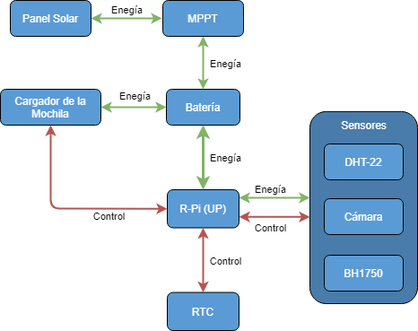
Earlier version of the draw.io export Informe/Ingenieria de Detalle/ImagenesIngenieria de Detalle/DiagramaHardware.png (tlondero/Dise-o). Source tidied: cells renumbered, new cells last; positions are measured from the earlier drawing's top-left corner, leaving out a move shared by most shapes.
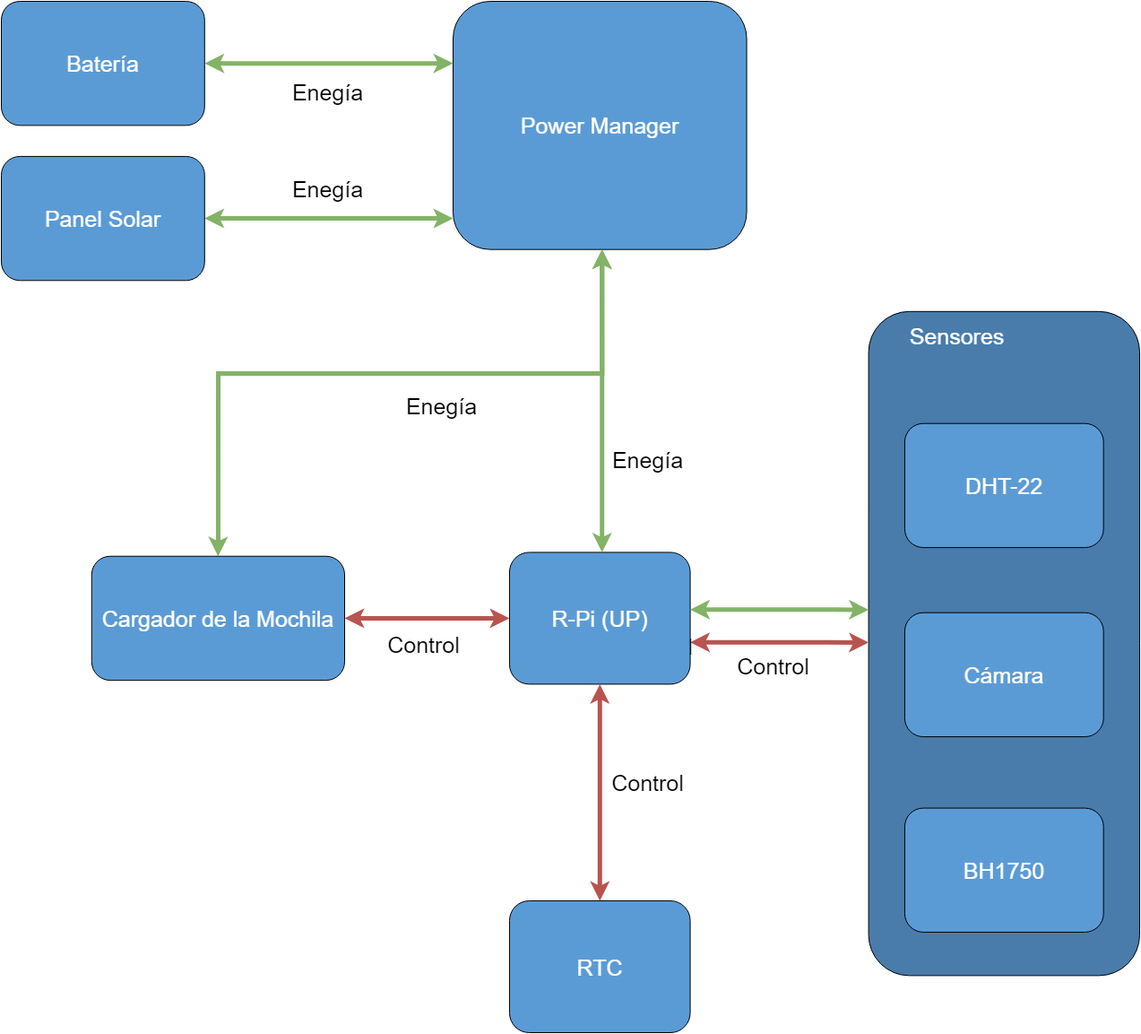
The same diagram one commit later.

The edit, as a diff of the source:
```diff
@@ -2,120 +2,128 @@
   <root>
     <mxCell id="0" />
     <mxCell id="1" parent="0" />
+    <mxCell id="29" style="group;fontSize=25;strokeWidth=3;" parent="1" vertex="1">
+      <mxGeometry x="-490" y="-370" width="1270" height="1150" as="geometry" />
+    </mxCell>
-    <mxCell id="2" style="rounded=1;whiteSpace=wrap;html=1;fillColor=#497CAB;" parent="1" vertex="1">
-      <mxGeometry x="345" y="123.9" width="120" height="214.1" as="geometry" />
+    <mxCell id="2" style="rounded=1;whiteSpace=wrap;html=1;fillColor=#497CAB;fontSize=25;" parent="29" vertex="1">
+      <mxGeometry x="967.6" y="345.9" width="302.4" height="740.5" as="geometry" />
     </mxCell>
-    <mxCell id="3" style="edgeStyle=orthogonalEdgeStyle;rounded=0;orthogonalLoop=1;jettySize=auto;html=1;entryX=0;entryY=0.74;entryDx=0;entryDy=0;entryPerimeter=0;startArrow=classic;startFill=1;strokeWidth=2;fillColor=#f8cecc;strokeColor=#b85450;" parent="1" edge="1">
+    <mxCell id="3" style="edgeStyle=orthogonalEdgeStyle;rounded=0;orthogonalLoop=1;jettySize=auto;html=1;entryX=0;entryY=0.74;entryDx=0;entryDy=0;entryPerimeter=0;startArrow=classic;startFill=1;strokeWidth=5;fillColor=#f8cecc;strokeColor=#b85450;fontSize=25;" parent="29" edge="1">
       <mxGeometry relative="1" as="geometry">
-        <mxPoint x="266" y="241.3" as="sourcePoint" />
-        <mxPoint x="345" y="241.3" as="targetPoint" />
+        <mxPoint x="768.6" y="714.7" as="sourcePoint" />
+        <mxPoint x="967.6" y="715" as="targetPoint" />
+        <Array as="points">
+          <mxPoint x="919.7" y="714.4" />
+          <mxPoint x="919.7" y="714.4" />
+        </Array>
       </mxGeometry>
     </mxCell>
-    <mxCell id="4" value="Control" style="edgeLabel;html=1;align=center;verticalAlign=middle;labelBackgroundColor=none;" parent="3" vertex="1">
+    <mxCell id="4" value="Control" style="edgeLabel;html=1;align=center;verticalAlign=middle;labelBackgroundColor=none;fontSize=25;" parent="3" vertex="1">
       <mxGeometry x="0.27" y="1" relative="1" as="geometry">
-        <mxPoint x="-16" y="13" as="offset" />
+        <mxPoint x="-35" y="26" as="offset" />
       </mxGeometry>
     </mxCell>
-    <mxCell id="5" value="Control" style="edgeLabel;html=1;align=center;verticalAlign=middle;labelBackgroundColor=none;" parent="3" vertex="1">
+    <mxCell id="5" value="Control" style="edgeLabel;html=1;align=center;verticalAlign=middle;labelBackgroundColor=none;fontSize=25;" parent="3" vertex="1">
       <mxGeometry x="0.27" y="1" relative="1" as="geometry">
-        <mxPoint x="-66" y="50" as="offset" />
+        <mxPoint x="-175" y="156" as="offset" />
       </mxGeometry>
     </mxCell>
-    <mxCell id="6" value="Control" style="edgeLabel;html=1;align=center;verticalAlign=middle;labelBackgroundColor=none;" parent="3" vertex="1">
+    <mxCell id="6" value="Control" style="edgeLabel;html=1;align=center;verticalAlign=middle;labelBackgroundColor=none;fontSize=25;" parent="3" vertex="1">
       <mxGeometry x="0.27" y="1" relative="1" as="geometry">
-        <mxPoint x="-196" as="offset" />
+        <mxPoint x="-165" y="4" as="offset" />
       </mxGeometry>
     </mxCell>
-    <mxCell id="7" value="&lt;font color=&quot;#FFFFFF&quot;&gt;R-Pi (UP)&lt;/font&gt;" style="rounded=1;whiteSpace=wrap;html=1;fillColor=#5B9BD5;" parent="1" vertex="1">
-      <mxGeometry x="186" y="211" width="80" height="42.5" as="geometry" />
+    <mxCell id="7" value="&lt;font color=&quot;#FFFFFF&quot; style=&quot;font-size: 25px;&quot;&gt;R-Pi (UP)&lt;/font&gt;" style="rounded=1;whiteSpace=wrap;html=1;fillColor=#5B9BD5;fontSize=25;" parent="29" vertex="1">
+      <mxGeometry x="567" y="614.4" width="201.6" height="147" as="geometry" />
     </mxCell>
-    <mxCell id="8" style="edgeStyle=orthogonalEdgeStyle;rounded=0;jettySize=auto;html=1;startArrow=classic;startFill=1;strokeWidth=3;fillColor=#d5e8d4;strokeColor=#82b366;" parent="1" edge="1" source="9" target="7">
-      <mxGeometry relative="1" as="geometry" />
+    <mxCell id="8" style="edgeStyle=orthogonalEdgeStyle;rounded=0;jettySize=auto;html=1;startArrow=classic;startFill=1;strokeWidth=5;fillColor=#d5e8d4;strokeColor=#82b366;fontSize=25;" parent="29" edge="1" source="9" target="7">
+      <mxGeometry relative="1" as="geometry">
+        <Array as="points">
+          <mxPoint x="670.3" y="415" />
+          <mxPoint x="670.3" y="415" />
+        </Array>
+      </mxGeometry>
     </mxCell>
-    <mxCell id="9" value="&lt;font color=&quot;#ffffff&quot;&gt;Batería&lt;/font&gt;" style="rounded=1;whiteSpace=wrap;html=1;fillColor=#5B9BD5;" parent="1" vertex="1">
-      <mxGeometry x="185" y="99" width="82" height="40" as="geometry" />
+    <mxCell id="9" value="&lt;font color=&quot;#ffffff&quot; style=&quot;font-size: 25px;&quot;&gt;Power Manager&lt;/font&gt;" style="rounded=1;whiteSpace=wrap;html=1;fillColor=#5B9BD5;fontSize=25;" parent="29" vertex="1">
+      <mxGeometry x="504" width="327.6" height="276.7" as="geometry" />
     </mxCell>
-    <mxCell id="10" style="edgeStyle=orthogonalEdgeStyle;rounded=0;jettySize=auto;html=1;startArrow=classic;startFill=1;strokeWidth=2;fillColor=#d5e8d4;strokeColor=#82b366;" parent="1" edge="1" source="11" target="9">
+    <mxCell id="10" style="edgeStyle=orthogonalEdgeStyle;rounded=0;jettySize=auto;html=1;startArrow=classic;startFill=1;strokeWidth=5;fillColor=#d5e8d4;strokeColor=#82b366;entryX=0;entryY=0.25;entryDx=0;entryDy=0;fontSize=25;" parent="29" edge="1" source="11" target="9">
       <mxGeometry relative="1" as="geometry" />
     </mxCell>
-    <mxCell id="11" value="&lt;font color=&quot;#ffffff&quot;&gt;MPPT&lt;/font&gt;" style="rounded=1;whiteSpace=wrap;html=1;fillColor=#5B9BD5;" parent="1" vertex="1">
-      <mxGeometry x="181" width="90" height="40" as="geometry" />
+    <mxCell id="11" value="&lt;font color=&quot;#ffffff&quot; style=&quot;font-size: 25px;&quot;&gt;Batería&lt;/font&gt;" style="rounded=1;whiteSpace=wrap;html=1;fillColor=#5B9BD5;fontSize=25;" parent="29" vertex="1">
+      <mxGeometry width="226.8" height="138.3" as="geometry" />
     </mxCell>
-    <mxCell id="12" style="edgeStyle=orthogonalEdgeStyle;rounded=0;jettySize=auto;html=1;startArrow=classic;startFill=1;strokeWidth=2;fillColor=#d5e8d4;strokeColor=#82b366;" parent="1" edge="1" source="18" target="9">
-      <mxGeometry relative="1" as="geometry" />
+    <mxCell id="12" style="edgeStyle=orthogonalEdgeStyle;rounded=0;jettySize=auto;html=1;startArrow=classic;startFill=1;strokeWidth=5;fillColor=#d5e8d4;strokeColor=#82b366;exitX=0.5;exitY=0;exitDx=0;exitDy=0;fontSize=25;" parent="29" edge="1" source="18">
+      <mxGeometry relative="1" as="geometry">
+        <mxPoint x="670.3" y="276.7" as="targetPoint" />
+        <Array as="points">
+          <mxPoint x="241.9" y="415" />
+          <mxPoint x="670.3" y="415" />
+        </Array>
+      </mxGeometry>
     </mxCell>
-    <mxCell id="13" value="Enegía" style="edgeLabel;html=1;align=center;verticalAlign=middle;labelBackgroundColor=none;" parent="12" vertex="1">
-      <mxGeometry x="0.16" y="-1" relative="1" as="geometry">
-        <mxPoint x="-5" y="-14" as="offset" />
-      </mxGeometry>
-    </mxCell>
-    <mxCell id="14" value="Enegía" style="edgeLabel;html=1;align=center;verticalAlign=middle;labelBackgroundColor=none;" parent="12" vertex="1">
+    <mxCell id="14" value="Enegía" style="edgeLabel;html=1;align=center;verticalAlign=middle;labelBackgroundColor=none;fontSize=25;" parent="12" vertex="1">
       <mxGeometry x="0.16" y="-1" relative="1" as="geometry">
-        <mxPoint x="-14" y="-110" as="offset" />
+        <mxPoint x="-123" y="-316" as="offset" />
       </mxGeometry>
     </mxCell>
-    <mxCell id="15" value="Enegía" style="edgeLabel;html=1;align=center;verticalAlign=middle;labelBackgroundColor=none;" parent="12" vertex="1">
-      <mxGeometry x="0.16" y="-1" relative="1" as="geometry">
-        <mxPoint x="96" y="-50" as="offset" />
-      </mxGeometry>
-    </mxCell>
-    <mxCell id="16" value="Enegía" style="edgeLabel;html=1;align=center;verticalAlign=middle;labelBackgroundColor=none;" parent="12" vertex="1">
+    <mxCell id="16" value="Enegía" style="edgeLabel;html=1;align=center;verticalAlign=middle;labelBackgroundColor=none;fontSize=25;" parent="12" vertex="1">
       <mxGeometry x="0.16" y="-1" relative="1" as="geometry">
-        <mxPoint x="96" y="55" as="offset" />
+        <mxPoint x="4" y="34" as="offset" />
       </mxGeometry>
     </mxCell>
-    <mxCell id="17" value="Enegía" style="edgeLabel;html=1;align=center;verticalAlign=middle;labelBackgroundColor=none;" parent="12" vertex="1">
+    <mxCell id="17" value="Enegía" style="edgeLabel;html=1;align=center;verticalAlign=middle;labelBackgroundColor=none;fontSize=25;" parent="12" vertex="1">
       <mxGeometry x="0.16" y="-1" relative="1" as="geometry">
-        <mxPoint x="146" y="90" as="offset" />
+        <mxPoint x="234" y="94" as="offset" />
       </mxGeometry>
     </mxCell>
-    <mxCell id="18" value="&lt;font color=&quot;#ffffff&quot;&gt;Cargador de la Mochila&lt;/font&gt;" style="rounded=1;whiteSpace=wrap;html=1;fillColor=#5B9BD5;" parent="1" vertex="1">
-      <mxGeometry y="99" width="112" height="40" as="geometry" />
+    <mxCell id="18" value="&lt;font color=&quot;#ffffff&quot; style=&quot;font-size: 25px;&quot;&gt;Cargador de la Mochila&lt;/font&gt;" style="rounded=1;whiteSpace=wrap;html=1;fillColor=#5B9BD5;fontSize=25;" parent="29" vertex="1">
+      <mxGeometry x="100.8" y="618.8" width="282.2" height="138.3" as="geometry" />
     </mxCell>
-    <mxCell id="19" value="&lt;font color=&quot;#FFFFFF&quot;&gt;&lt;span style=&quot;background-color: transparent&quot;&gt;Sensores&lt;/span&gt;&lt;/font&gt;" style="text;html=1;align=center;verticalAlign=middle;strokeColor=none;shadow=0;rounded=0;" parent="1" vertex="1">
-      <mxGeometry x="370" y="128.9" width="70" height="20" as="geometry" />
+    <mxCell id="19" value="&lt;font color=&quot;#FFFFFF&quot; style=&quot;font-size: 25px;&quot;&gt;&lt;span style=&quot;background-color: transparent; font-size: 25px;&quot;&gt;Sensores&lt;/span&gt;&lt;/font&gt;" style="text;html=1;align=center;verticalAlign=middle;strokeColor=none;shadow=0;rounded=0;fontSize=25;" parent="29" vertex="1">
+      <mxGeometry x="1005.6" y="353.2" width="120" height="40" as="geometry" />
     </mxCell>
-    <mxCell id="20" value="&lt;font color=&quot;#FFFFFF&quot;&gt;DHT-22&lt;/font&gt;" style="rounded=1;whiteSpace=wrap;html=1;fillColor=#5B9BD5;" parent="1" vertex="1">
-      <mxGeometry x="361" y="160" width="88" height="40" as="geometry" />
+    <mxCell id="20" value="&lt;font color=&quot;#FFFFFF&quot; style=&quot;font-size: 25px;&quot;&gt;DHT-22&lt;/font&gt;" style="rounded=1;whiteSpace=wrap;html=1;fillColor=#5B9BD5;fontSize=25;" parent="29" vertex="1">
+      <mxGeometry x="1007.9" y="470.7" width="221.7" height="138.3" as="geometry" />
     </mxCell>
-    <mxCell id="21" value="&lt;font color=&quot;#FFFFFF&quot;&gt;Cámara&lt;/font&gt;" style="rounded=1;whiteSpace=wrap;html=1;fillColor=#5B9BD5;" parent="1" vertex="1">
-      <mxGeometry x="361" y="221" width="88" height="40" as="geometry" />
+    <mxCell id="21" value="&lt;font color=&quot;#FFFFFF&quot; style=&quot;font-size: 25px;&quot;&gt;Cámara&lt;/font&gt;" style="rounded=1;whiteSpace=wrap;html=1;fillColor=#5B9BD5;fontSize=25;" parent="29" vertex="1">
+      <mxGeometry x="1007.9" y="681.7" width="221.7" height="138.3" as="geometry" />
     </mxCell>
-    <mxCell id="22" value="&lt;font color=&quot;#FFFFFF&quot;&gt;BH1750&lt;/font&gt;" style="rounded=1;whiteSpace=wrap;html=1;fillColor=#5B9BD5;" parent="1" vertex="1">
-      <mxGeometry x="361" y="284" width="88" height="40" as="geometry" />
+    <mxCell id="22" value="&lt;font color=&quot;#FFFFFF&quot; style=&quot;font-size: 25px;&quot;&gt;BH1750&lt;/font&gt;" style="rounded=1;whiteSpace=wrap;html=1;fillColor=#5B9BD5;fontSize=25;" parent="29" vertex="1">
+      <mxGeometry x="1007.9" y="899.6" width="221.7" height="138.3" as="geometry" />
     </mxCell>
-    <mxCell id="23" style="edgeStyle=orthogonalEdgeStyle;rounded=0;jettySize=auto;html=1;startArrow=classic;startFill=1;strokeWidth=2;fillColor=#d5e8d4;strokeColor=#82b366;" parent="1" edge="1" source="24">
+    <mxCell id="23" style="edgeStyle=orthogonalEdgeStyle;rounded=0;jettySize=auto;html=1;startArrow=classic;startFill=1;strokeWidth=5;fillColor=#d5e8d4;strokeColor=#82b366;fontSize=25;" parent="29" edge="1" source="24">
       <mxGeometry relative="1" as="geometry">
-        <mxPoint x="180" y="20" as="targetPoint" />
+        <mxPoint x="504" y="242.1" as="targetPoint" />
       </mxGeometry>
     </mxCell>
-    <mxCell id="24" value="&lt;font color=&quot;#ffffff&quot;&gt;Panel Solar&lt;/font&gt;" style="rounded=1;whiteSpace=wrap;html=1;fillColor=#5B9BD5;" parent="1" vertex="1">
-      <mxGeometry x="11" width="90" height="40" as="geometry" />
+    <mxCell id="24" value="&lt;font color=&quot;#ffffff&quot; style=&quot;font-size: 25px;&quot;&gt;Panel Solar&lt;/font&gt;" style="rounded=1;whiteSpace=wrap;html=1;fillColor=#5B9BD5;fontSize=25;" parent="29" vertex="1">
+      <mxGeometry y="172.9" width="226.8" height="138.3" as="geometry" />
     </mxCell>
-    <mxCell id="25" style="endArrow=classic;startArrow=classic;html=1;entryX=0.5;entryY=1;entryDx=0;entryDy=0;exitX=0;exitY=0.5;exitDx=0;exitDy=0;rounded=1;strokeWidth=2;fillColor=#f8cecc;strokeColor=#b85450;" parent="1" edge="1" source="7" target="18">
-      <mxGeometry relative="1" as="geometry">
-        <Array as="points">
-          <mxPoint x="56" y="232" />
-        </Array>
-      </mxGeometry>
+    <mxCell id="25" style="endArrow=classic;startArrow=classic;html=1;entryX=1;entryY=0.5;entryDx=0;entryDy=0;exitX=0;exitY=0.5;exitDx=0;exitDy=0;rounded=1;strokeWidth=5;fillColor=#f8cecc;strokeColor=#b85450;fontSize=25;" parent="29" edge="1" source="7" target="18">
+      <mxGeometry relative="1" as="geometry" />
     </mxCell>
-    <mxCell id="26" style="edgeStyle=orthogonalEdgeStyle;rounded=0;jettySize=auto;html=1;startArrow=classic;startFill=1;strokeWidth=2;fillColor=#f8cecc;strokeColor=#b85450;" parent="1" edge="1" target="27">
-      <mxGeometry relative="1" as="geometry">
-        <mxPoint x="226" y="253.5" as="sourcePoint" />
-      </mxGeometry>
+    <mxCell id="26" style="edgeStyle=orthogonalEdgeStyle;rounded=0;jettySize=auto;html=1;startArrow=classic;startFill=1;strokeWidth=5;fillColor=#f8cecc;strokeColor=#b85450;exitX=0.5;exitY=1;exitDx=0;exitDy=0;fontSize=25;" parent="29" edge="1" source="7" target="27">
+      <mxGeometry relative="1" as="geometry" />
     </mxCell>
-    <mxCell id="27" value="&lt;font color=&quot;#FFFFFF&quot;&gt;RTC&lt;/font&gt;" style="rounded=1;whiteSpace=wrap;html=1;fillColor=#5B9BD5;" parent="1" vertex="1">
-      <mxGeometry x="186" y="325.5" width="80" height="42.5" as="geometry" />
+    <mxCell id="27" value="&lt;font color=&quot;#FFFFFF&quot; style=&quot;font-size: 25px;&quot;&gt;RTC&lt;/font&gt;" style="rounded=1;whiteSpace=wrap;html=1;fillColor=#5B9BD5;fontSize=25;" parent="29" vertex="1">
+      <mxGeometry x="567" y="1003" width="201.6" height="147" as="geometry" />
     </mxCell>
-    <mxCell id="28" style="edgeStyle=orthogonalEdgeStyle;rounded=0;orthogonalLoop=1;jettySize=auto;html=1;entryX=0;entryY=0.74;entryDx=0;entryDy=0;entryPerimeter=0;startArrow=classic;startFill=1;strokeWidth=2;fillColor=#d5e8d4;strokeColor=#82b366;" parent="1" edge="1">
+    <mxCell id="28" style="edgeStyle=orthogonalEdgeStyle;rounded=0;orthogonalLoop=1;jettySize=auto;html=1;entryX=0;entryY=0.74;entryDx=0;entryDy=0;entryPerimeter=0;startArrow=classic;startFill=1;strokeWidth=5;fillColor=#d5e8d4;strokeColor=#82b366;fontSize=25;" parent="29" edge="1">
       <mxGeometry relative="1" as="geometry">
-        <mxPoint x="266" y="220" as="sourcePoint" />
-        <mxPoint x="345" y="220.1" as="targetPoint" />
+        <mxPoint x="768.6" y="678.2" as="sourcePoint" />
+        <mxPoint x="967.6" y="678.5" as="targetPoint" />
         <Array as="points">
-          <mxPoint x="330" y="220" />
-          <mxPoint x="330" y="220" />
+          <mxPoint x="929.8" y="678.2" />
+          <mxPoint x="929.8" y="678.2" />
         </Array>
       </mxGeometry>
     </mxCell>
+    <mxCell id="30" value="Enegía" style="edgeLabel;html=1;align=center;verticalAlign=middle;labelBackgroundColor=none;fontSize=25;" parent="29" vertex="1">
+      <mxGeometry x="362.8" y="207.5" as="geometry" />
+    </mxCell>
+    <mxCell id="31" value="Control" style="edgeLabel;html=1;align=center;verticalAlign=middle;labelBackgroundColor=none;fontSize=25;" parent="29" vertex="1">
+      <mxGeometry x="470" y="716.1" as="geometry" />
+    </mxCell>
   </root>
 </mxGraphModel>
```
